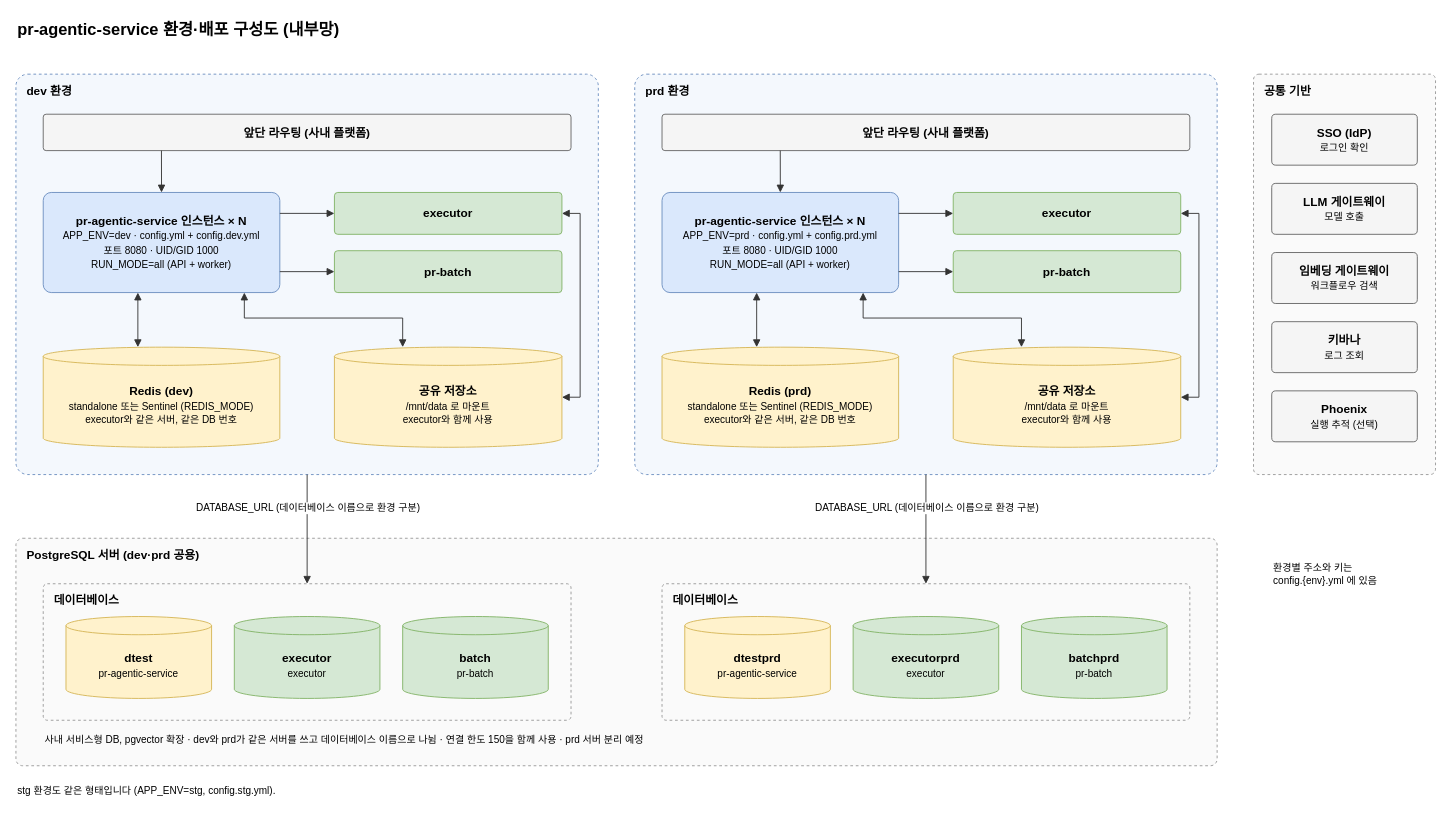
KimHwaJin/pr-agentic-service keeps this draw.io diagram as page "환경·배포 구성도" (2 of 2) of docs/deliverables/diagrams/01-system-architecture.drawio. Above is the earlier version. Source tidied: cells renumbered, new cells numbered last; positions are measured from the earlier drawing's top-left corner, leaving out a move shared by most shapes. Both pictures are drawn from the tidied source at 91%, with x=0, y=0 at pixel (15, 15).
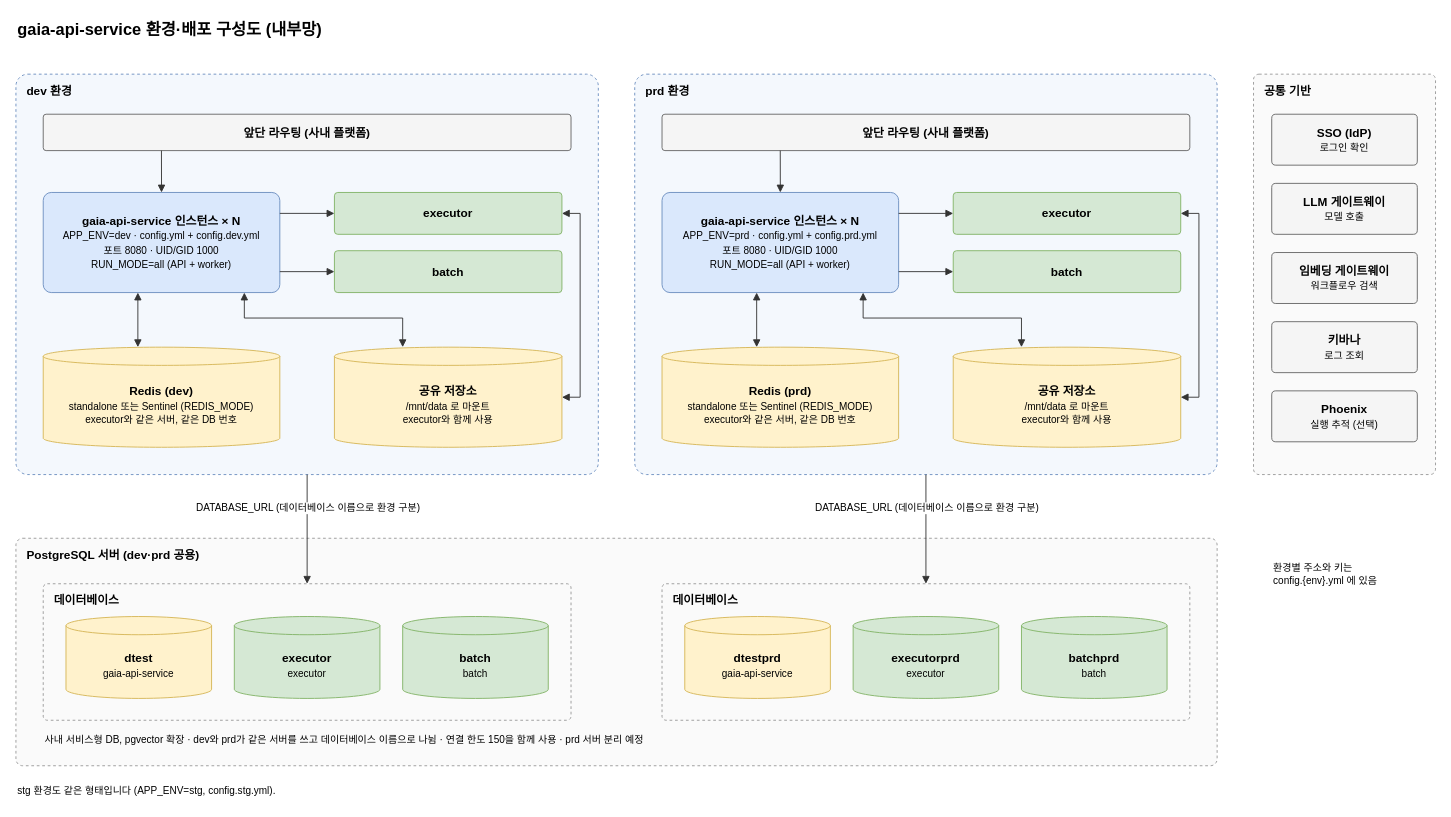
Above is the later version.

Diff of the diagram source:
```diff
@@
-    <mxCell id="2" value="&lt;b&gt;pr-agentic-service 환경·배포 구성도 (내부망)&lt;/b&gt;" style="text;html=1;align=left;verticalAlign=middle;fontSize=18;fontFamily=Helvetica;" parent="1" vertex="1">
+    <mxCell id="2" value="&lt;b&gt;gaia-api-service 환경·배포 구성도 (내부망)&lt;/b&gt;" style="text;html=1;align=left;verticalAlign=middle;fontSize=18;fontFamily=Helvetica;" parent="1" vertex="1">
       <mxGeometry width="900" height="30" as="geometry" />
     </mxCell>
@@
-    <mxCell id="5" value="&lt;b&gt;pr-agentic-service 인스턴스 × N&lt;/b&gt;&lt;br&gt;&lt;font style=&quot;font-size:11px&quot;&gt;APP_ENV=dev · config.yml + config.dev.yml&lt;br&gt;포트 8080 · UID/GID 1000&lt;br&gt;RUN_MODE=all (API + worker)&lt;/font&gt;" style="html=1;whiteSpace=wrap;fontFamily=Helvetica;fontSize=13;rounded=1;arcSize=8;fillColor=#dae8fc;strokeColor=#6c8ebf;align=center;" parent="1" vertex="1">
+    <mxCell id="5" value="&lt;b&gt;gaia-api-service 인스턴스 × N&lt;/b&gt;&lt;br&gt;&lt;font style=&quot;font-size:11px&quot;&gt;APP_ENV=dev · config.yml + config.dev.yml&lt;br&gt;포트 8080 · UID/GID 1000&lt;br&gt;RUN_MODE=all (API + worker)&lt;/font&gt;" style="html=1;whiteSpace=wrap;fontFamily=Helvetica;fontSize=13;rounded=1;arcSize=8;fillColor=#dae8fc;strokeColor=#6c8ebf;align=center;" parent="1" vertex="1">
       <mxGeometry x="30" y="194" width="260" height="110" as="geometry" />
     </mxCell>
@@
-    <mxCell id="7" value="&lt;b&gt;pr-batch&lt;/b&gt;" style="html=1;whiteSpace=wrap;fontFamily=Helvetica;fontSize=13;rounded=1;arcSize=8;fillColor=#d5e8d4;strokeColor=#82b366;align=center;" parent="1" vertex="1">
+    <mxCell id="7" value="&lt;b&gt;batch&lt;/b&gt;" style="html=1;whiteSpace=wrap;fontFamily=Helvetica;fontSize=13;rounded=1;arcSize=8;fillColor=#d5e8d4;strokeColor=#82b366;align=center;" parent="1" vertex="1">
       <mxGeometry x="350" y="258" width="250" height="46" as="geometry" />
     </mxCell>
@@
-    <mxCell id="12" value="&lt;b&gt;pr-agentic-service 인스턴스 × N&lt;/b&gt;&lt;br&gt;&lt;font style=&quot;font-size:11px&quot;&gt;APP_ENV=prd · config.yml + config.prd.yml&lt;br&gt;포트 8080 · UID/GID 1000&lt;br&gt;RUN_MODE=all (API + worker)&lt;/font&gt;" style="html=1;whiteSpace=wrap;fontFamily=Helvetica;fontSize=13;rounded=1;arcSize=8;fillColor=#dae8fc;strokeColor=#6c8ebf;align=center;" parent="1" vertex="1">
+    <mxCell id="12" value="&lt;b&gt;gaia-api-service 인스턴스 × N&lt;/b&gt;&lt;br&gt;&lt;font style=&quot;font-size:11px&quot;&gt;APP_ENV=prd · config.yml + config.prd.yml&lt;br&gt;포트 8080 · UID/GID 1000&lt;br&gt;RUN_MODE=all (API + worker)&lt;/font&gt;" style="html=1;whiteSpace=wrap;fontFamily=Helvetica;fontSize=13;rounded=1;arcSize=8;fillColor=#dae8fc;strokeColor=#6c8ebf;align=center;" parent="1" vertex="1">
       <mxGeometry x="710" y="194" width="260" height="110" as="geometry" />
     </mxCell>
@@
-    <mxCell id="14" value="&lt;b&gt;pr-batch&lt;/b&gt;" style="html=1;whiteSpace=wrap;fontFamily=Helvetica;fontSize=13;rounded=1;arcSize=8;fillColor=#d5e8d4;strokeColor=#82b366;align=center;" parent="1" vertex="1">
+    <mxCell id="14" value="&lt;b&gt;batch&lt;/b&gt;" style="html=1;whiteSpace=wrap;fontFamily=Helvetica;fontSize=13;rounded=1;arcSize=8;fillColor=#d5e8d4;strokeColor=#82b366;align=center;" parent="1" vertex="1">
       <mxGeometry x="1030" y="258" width="250" height="46" as="geometry" />
     </mxCell>
@@
-    <mxCell id="20" value="&lt;b&gt;dtest&lt;/b&gt;&lt;br&gt;&lt;font style=&quot;font-size:11px&quot;&gt;pr-agentic-service&lt;/font&gt;" style="html=1;whiteSpace=wrap;fontFamily=Helvetica;fontSize=13;shape=cylinder3;boundedLbl=1;backgroundOutline=1;size=10;fillColor=#fff2cc;strokeColor=#d6b656;" parent="1" vertex="1">
+    <mxCell id="20" value="&lt;b&gt;dtest&lt;/b&gt;&lt;br&gt;&lt;font style=&quot;font-size:11px&quot;&gt;gaia-api-service&lt;/font&gt;" style="html=1;whiteSpace=wrap;fontFamily=Helvetica;fontSize=13;shape=cylinder3;boundedLbl=1;backgroundOutline=1;size=10;fillColor=#fff2cc;strokeColor=#d6b656;" parent="1" vertex="1">
       <mxGeometry x="55" y="660" width="160" height="90" as="geometry" />
     </mxCell>
@@
-    <mxCell id="22" value="&lt;b&gt;batch&lt;/b&gt;&lt;br&gt;&lt;font style=&quot;font-size:11px&quot;&gt;pr-batch&lt;/font&gt;" style="html=1;whiteSpace=wrap;fontFamily=Helvetica;fontSize=13;shape=cylinder3;boundedLbl=1;backgroundOutline=1;size=10;fillColor=#d5e8d4;strokeColor=#82b366;" parent="1" vertex="1">
+    <mxCell id="22" value="&lt;b&gt;batch&lt;/b&gt;&lt;br&gt;&lt;font style=&quot;font-size:11px&quot;&gt;batch&lt;/font&gt;" style="html=1;whiteSpace=wrap;fontFamily=Helvetica;fontSize=13;shape=cylinder3;boundedLbl=1;backgroundOutline=1;size=10;fillColor=#d5e8d4;strokeColor=#82b366;" parent="1" vertex="1">
       <mxGeometry x="425" y="660" width="160" height="90" as="geometry" />
     </mxCell>
@@
-    <mxCell id="24" value="&lt;b&gt;dtestprd&lt;/b&gt;&lt;br&gt;&lt;font style=&quot;font-size:11px&quot;&gt;pr-agentic-service&lt;/font&gt;" style="html=1;whiteSpace=wrap;fontFamily=Helvetica;fontSize=13;shape=cylinder3;boundedLbl=1;backgroundOutline=1;size=10;fillColor=#fff2cc;strokeColor=#d6b656;" parent="1" vertex="1">
+    <mxCell id="24" value="&lt;b&gt;dtestprd&lt;/b&gt;&lt;br&gt;&lt;font style=&quot;font-size:11px&quot;&gt;gaia-api-service&lt;/font&gt;" style="html=1;whiteSpace=wrap;fontFamily=Helvetica;fontSize=13;shape=cylinder3;boundedLbl=1;backgroundOutline=1;size=10;fillColor=#fff2cc;strokeColor=#d6b656;" parent="1" vertex="1">
       <mxGeometry x="735" y="660" width="160" height="90" as="geometry" />
     </mxCell>
@@
-    <mxCell id="26" value="&lt;b&gt;batchprd&lt;/b&gt;&lt;br&gt;&lt;font style=&quot;font-size:11px&quot;&gt;pr-batch&lt;/font&gt;" style="html=1;whiteSpace=wrap;fontFamily=Helvetica;fontSize=13;shape=cylinder3;boundedLbl=1;backgroundOutline=1;size=10;fillColor=#d5e8d4;strokeColor=#82b366;" parent="1" vertex="1">
+    <mxCell id="26" value="&lt;b&gt;batchprd&lt;/b&gt;&lt;br&gt;&lt;font style=&quot;font-size:11px&quot;&gt;batch&lt;/font&gt;" style="html=1;whiteSpace=wrap;fontFamily=Helvetica;fontSize=13;shape=cylinder3;boundedLbl=1;backgroundOutline=1;size=10;fillColor=#d5e8d4;strokeColor=#82b366;" parent="1" vertex="1">
       <mxGeometry x="1105" y="660" width="160" height="90" as="geometry" />
     </mxCell>
```
